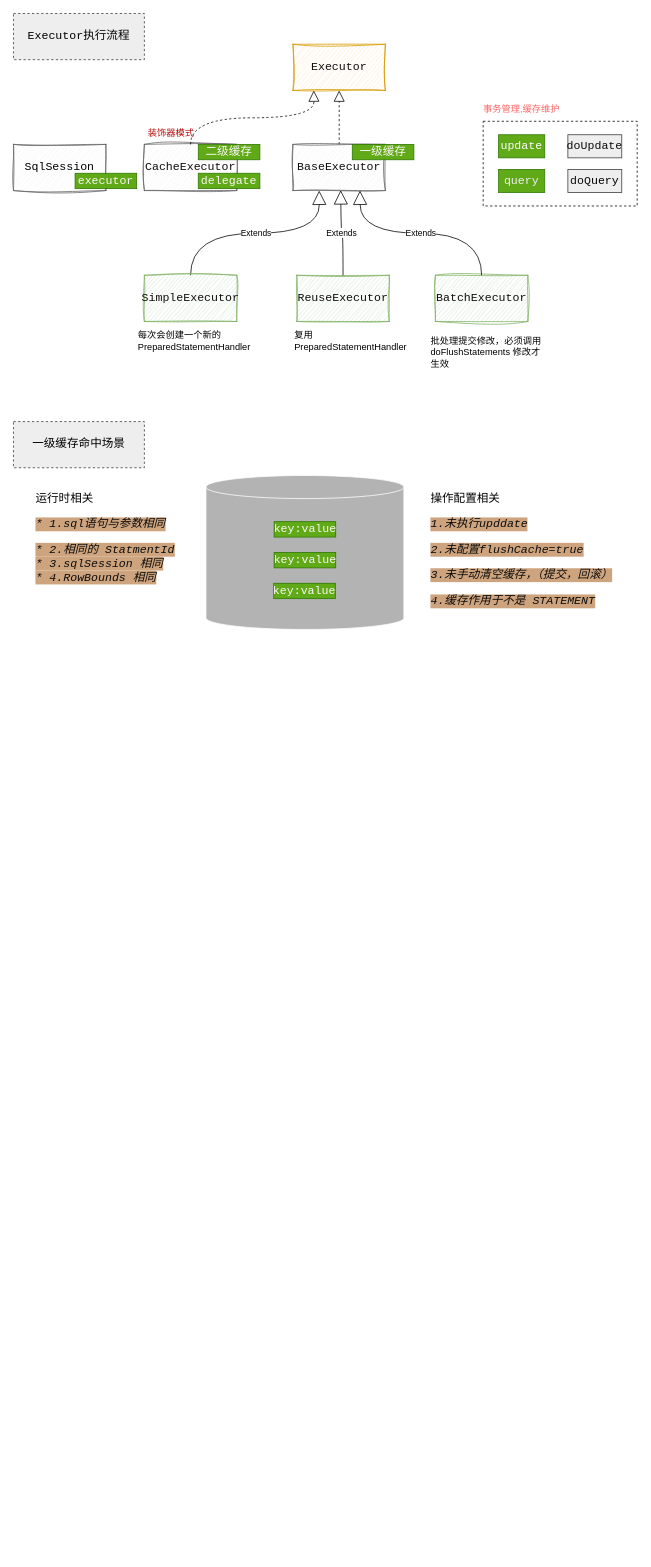
The draw.io diagram page "Blank" (1 of 2) of mybatis.drawio in nayouzhenai/java_web, before the edit. Source tidied: cells renumbered, new cells numbered last; positions are measured from the earlier drawing's top-left corner, leaving out a move shared by most shapes. Both pictures are drawn from the tidied source at 77%, with x=0, y=0 at pixel (13, 13).
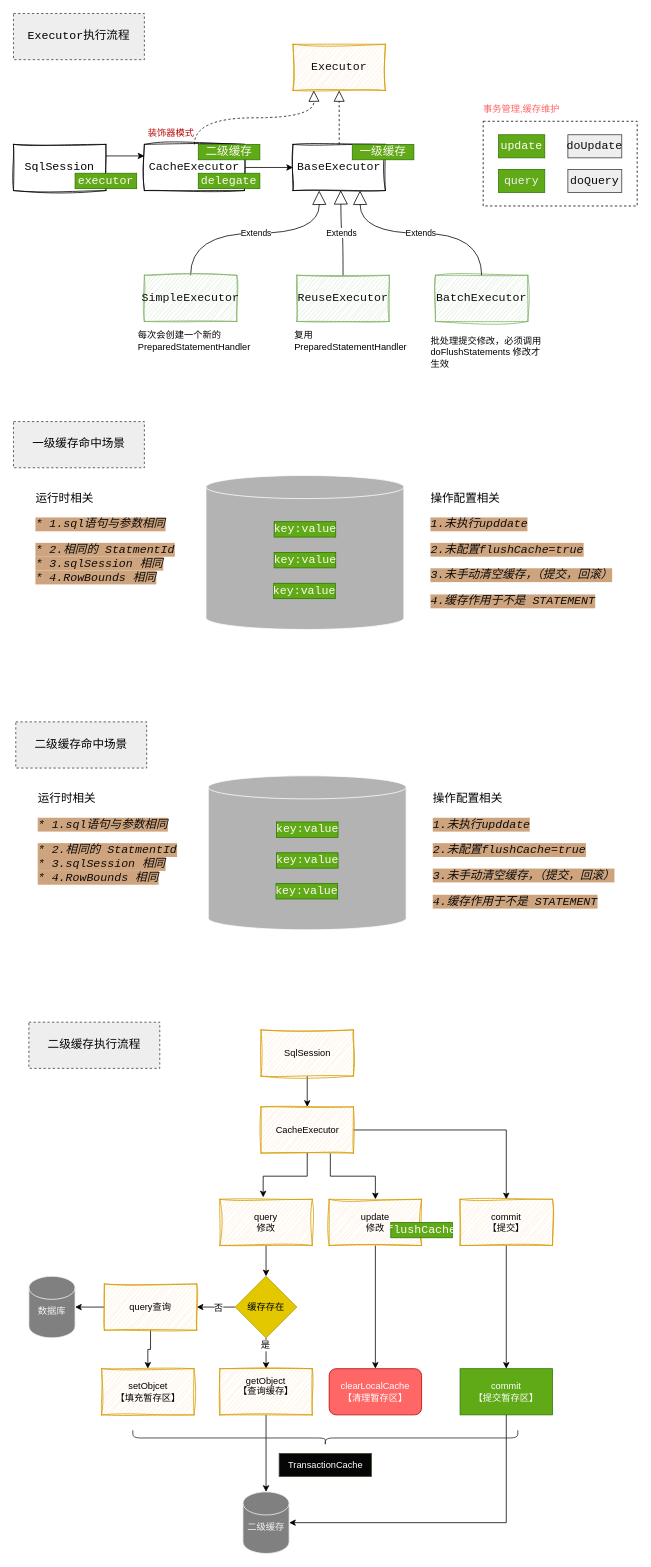
The same page after the edit.

Change to the diagram source:
```diff
@@
-    <mxCell id="5" value="&lt;pre style=&quot;font-family: &amp;quot;JetBrains Mono&amp;quot;, monospace; font-size: 11.3pt;&quot;&gt;&lt;font style=&quot;color: light-dark(rgb(17, 14, 14), rgb(43, 113, 180));&quot;&gt;BaseExecutor&lt;/font&gt;&lt;/pre&gt;" style="rounded=0;whiteSpace=wrap;html=1;sketch=1;curveFitting=1;jiggle=2;fillColor=#f5f5f5;strokeColor=#666666;fontColor=#333333;" parent="1" vertex="1">
+    <mxCell id="5" value="&lt;pre style=&quot;font-family: &amp;quot;JetBrains Mono&amp;quot;, monospace; font-size: 11.3pt;&quot;&gt;&lt;font style=&quot;color: light-dark(rgb(17, 14, 14), rgb(43, 113, 180));&quot;&gt;BaseExecutor&lt;/font&gt;&lt;/pre&gt;" style="rounded=0;whiteSpace=wrap;html=1;sketch=1;curveFitting=1;jiggle=2;" parent="1" vertex="1">
       <mxGeometry x="363" y="170" width="120" height="60" as="geometry" />
     </mxCell>
@@
+    <mxCell id="37" style="edgeStyle=orthogonalEdgeStyle;rounded=0;jettySize=auto;html=1;entryX=0;entryY=0.5;entryDx=0;entryDy=0;fontFamily=Helvetica;fontSize=12;fontColor=default;" parent="1" edge="1" source="18" target="5">
+      <mxGeometry relative="1" as="geometry" />
+    </mxCell>
-    <mxCell id="18" value="&lt;pre style=&quot;font-family: &amp;quot;JetBrains Mono&amp;quot;, monospace; font-size: 11.3pt;&quot;&gt;&lt;font style=&quot;color: light-dark(rgb(17, 14, 14), rgb(43, 113, 180));&quot;&gt;CacheExecutor&lt;/font&gt;&lt;/pre&gt;" style="rounded=0;whiteSpace=wrap;html=1;sketch=1;curveFitting=1;jiggle=2;fillColor=#f5f5f5;strokeColor=#666666;fontColor=#333333;" parent="1" vertex="1">
-      <mxGeometry x="170" y="170" width="120" height="60" as="geometry" />
+    <mxCell id="18" value="&lt;pre style=&quot;font-family: &amp;quot;JetBrains Mono&amp;quot;, monospace; font-size: 11.3pt;&quot;&gt;&lt;font style=&quot;color: light-dark(rgb(17, 14, 14), rgb(43, 113, 180));&quot;&gt;CacheExecutor&lt;/font&gt;&lt;/pre&gt;" style="rounded=0;whiteSpace=wrap;html=1;sketch=1;curveFitting=1;jiggle=2;" parent="1" vertex="1">
+      <mxGeometry x="170" y="170" width="130" height="60" as="geometry" />
     </mxCell>
@@
+    <mxCell id="38" style="edgeStyle=orthogonalEdgeStyle;rounded=0;jettySize=auto;html=1;exitX=1;exitY=0.25;exitDx=0;exitDy=0;entryX=0;entryY=0.25;entryDx=0;entryDy=0;fontFamily=Helvetica;fontSize=12;fontColor=default;" parent="1" edge="1" source="21" target="18">
+      <mxGeometry relative="1" as="geometry" />
+    </mxCell>
-    <mxCell id="21" value="&lt;pre style=&quot;font-family: &amp;quot;JetBrains Mono&amp;quot;, monospace; font-size: 11.3pt;&quot;&gt;&lt;div&gt;&lt;pre style=&quot;font-family: &amp;quot;JetBrains Mono&amp;quot;, monospace; font-size: 11.3pt;&quot;&gt;&lt;pre style=&quot;font-size: 11.3pt; font-family: &amp;quot;JetBrains Mono&amp;quot;, monospace;&quot;&gt;&lt;span&gt;&lt;font style=&quot;color: rgb(0, 0, 0);&quot;&gt;SqlSession&lt;/font&gt;&lt;/span&gt;&lt;/pre&gt;&lt;/pre&gt;&lt;/div&gt;&lt;/pre&gt;" style="rounded=0;whiteSpace=wrap;html=1;sketch=1;curveFitting=1;jiggle=2;fillColor=#f5f5f5;strokeColor=#666666;fontColor=#333333;" parent="1" vertex="1">
+    <mxCell id="21" value="&lt;pre style=&quot;font-family: &amp;quot;JetBrains Mono&amp;quot;, monospace; font-size: 11.3pt;&quot;&gt;&lt;div&gt;&lt;pre style=&quot;font-family: &amp;quot;JetBrains Mono&amp;quot;, monospace; font-size: 11.3pt;&quot;&gt;&lt;pre style=&quot;font-size: 11.3pt; font-family: &amp;quot;JetBrains Mono&amp;quot;, monospace;&quot;&gt;&lt;span&gt;&lt;font style=&quot;color: rgb(0, 0, 0);&quot;&gt;SqlSession&lt;/font&gt;&lt;/span&gt;&lt;/pre&gt;&lt;/pre&gt;&lt;/div&gt;&lt;/pre&gt;" style="rounded=0;whiteSpace=wrap;html=1;sketch=1;curveFitting=1;jiggle=2;" parent="1" vertex="1">
       <mxGeometry y="170" width="120" height="60" as="geometry" />
     </mxCell>
@@
+    <mxCell id="39" value="&lt;pre style=&quot;font-family: &amp;quot;JetBrains Mono&amp;quot;, monospace; font-size: 11.3pt;&quot;&gt;二级缓存命中场景&lt;/pre&gt;" style="text;html=1;align=center;verticalAlign=middle;whiteSpace=wrap;rounded=0;strokeColor=#36393d;dashed=1;fillColor=#eeeeee;" parent="1" vertex="1">
+      <mxGeometry x="3" y="920" width="170" height="60" as="geometry" />
+    </mxCell>
+    <mxCell id="40" value="&lt;pre style=&quot;font-family: &amp;quot;JetBrains Mono&amp;quot;, monospace; font-size: 11.3pt;&quot;&gt;运行时相关&lt;/pre&gt;&lt;pre style=&quot;font-family: &amp;quot;JetBrains Mono&amp;quot;, monospace; font-size: 11.3pt;&quot;&gt;&lt;span style=&quot;font-style: italic; color: light-dark(rgb(13, 12, 12), rgb(73, 74, 79)); background-color: light-dark(rgb(205, 164, 126), rgb(237, 237, 237)); font-size: 11.3pt; white-space: normal;&quot;&gt;* 1.sql语句与参数相同&lt;/span&gt;&lt;/pre&gt;&lt;pre style=&quot;font-family: &amp;quot;JetBrains Mono&amp;quot;, monospace; font-size: 11.3pt;&quot;&gt;&lt;span style=&quot;background-color: light-dark(rgb(205, 164, 126), rgb(237, 237, 237));&quot;&gt;&lt;font style=&quot;color: light-dark(rgb(13, 12, 12), rgb(73, 74, 79));&quot;&gt;&lt;span style=&quot;font-style: italic;&quot;&gt;* 2.&lt;/span&gt;&lt;span style=&quot;font-style: italic; font-family: &amp;quot;Courier New&amp;quot;, monospace;&quot;&gt;相同的 &lt;/span&gt;&lt;span style=&quot;font-style: italic;&quot;&gt;StatmentId&lt;br&gt;&lt;/span&gt;&lt;span style=&quot;font-style: italic;&quot;&gt;* 3.sqlSession &lt;/span&gt;&lt;span style=&quot;font-style: italic; font-family: &amp;quot;Courier New&amp;quot;, monospace;&quot;&gt;相同&lt;br&gt;&lt;/span&gt;&lt;span style=&quot;font-style: italic;&quot;&gt;* 4.RowBounds &lt;/span&gt;&lt;span style=&quot;font-style: italic; font-family: &amp;quot;Courier New&amp;quot;, monospace;&quot;&gt;相同&lt;/span&gt;&lt;/font&gt;&lt;/span&gt;&lt;/pre&gt;" style="text;whiteSpace=wrap;html=1;" parent="1" vertex="1">
+      <mxGeometry x="29.5" y="990" width="205" height="170" as="geometry" />
+    </mxCell>
+    <mxCell id="41" style="group;" parent="1" vertex="1">
+      <mxGeometry x="253" y="990" width="257" height="200" as="geometry" />
+    </mxCell>
+    <mxCell id="42" style="shape=cylinder3;whiteSpace=wrap;html=1;boundedLbl=1;backgroundOutline=1;size=15;fillColor=#B3B3B3;strokeColor=#FFFFFF;fontColor=#ffffff;" parent="41" vertex="1">
+      <mxGeometry width="257" height="200" as="geometry" />
+    </mxCell>
+    <mxCell id="43" value="&lt;pre style=&quot;font-family: &amp;quot;JetBrains Mono&amp;quot;, monospace; font-size: 11.3pt;&quot;&gt;&lt;pre style=&quot;font-family: &amp;quot;JetBrains Mono&amp;quot;, monospace; font-size: 11.3pt;&quot;&gt;&lt;font color=&quot;#fdf7f7&quot;&gt;key:value&lt;/font&gt;&lt;/pre&gt;&lt;/pre&gt;" style="rounded=0;whiteSpace=wrap;html=1;fillColor=#60a917;strokeColor=#2D7600;fontColor=#ffffff;" parent="41" vertex="1">
+      <mxGeometry x="88.5" y="60" width="80" height="20" as="geometry" />
+    </mxCell>
+    <mxCell id="44" value="&lt;pre style=&quot;font-family: &amp;quot;JetBrains Mono&amp;quot;, monospace; font-size: 11.3pt;&quot;&gt;&lt;pre style=&quot;font-family: &amp;quot;JetBrains Mono&amp;quot;, monospace; font-size: 11.3pt;&quot;&gt;&lt;font color=&quot;#fdf7f7&quot;&gt;key:value&lt;/font&gt;&lt;/pre&gt;&lt;/pre&gt;" style="rounded=0;whiteSpace=wrap;html=1;fillColor=#60a917;strokeColor=#2D7600;fontColor=#ffffff;" parent="41" vertex="1">
+      <mxGeometry x="88.5" y="100" width="80" height="20" as="geometry" />
+    </mxCell>
+    <mxCell id="45" value="&lt;pre style=&quot;font-family: &amp;quot;JetBrains Mono&amp;quot;, monospace; font-size: 11.3pt;&quot;&gt;&lt;pre style=&quot;font-family: &amp;quot;JetBrains Mono&amp;quot;, monospace; font-size: 11.3pt;&quot;&gt;&lt;font color=&quot;#fdf7f7&quot;&gt;key:value&lt;/font&gt;&lt;/pre&gt;&lt;/pre&gt;" style="rounded=0;whiteSpace=wrap;html=1;fillColor=#60a917;strokeColor=#2D7600;fontColor=#ffffff;" parent="41" vertex="1">
+      <mxGeometry x="88" y="140" width="80" height="20" as="geometry" />
+    </mxCell>
+    <mxCell id="46" value="&lt;pre style=&quot;font-family: &amp;quot;JetBrains Mono&amp;quot;, monospace; font-size: 11.3pt;&quot;&gt;操作配置相关&lt;/pre&gt;&lt;pre style=&quot;font-family: &amp;quot;JetBrains Mono&amp;quot;, monospace; font-size: 11.3pt;&quot;&gt;&lt;span style=&quot;font-style: italic; color: light-dark(rgb(13, 12, 12), rgb(73, 74, 79)); background-color: light-dark(rgb(205, 164, 126), rgb(237, 237, 237)); font-size: 11.3pt; white-space: normal;&quot;&gt;1.未执行upddate&lt;/span&gt;&lt;/pre&gt;&lt;pre style=&quot;font-family: &amp;quot;JetBrains Mono&amp;quot;, monospace; font-size: 11.3pt;&quot;&gt;&lt;span style=&quot;font-style: italic; color: light-dark(rgb(13, 12, 12), rgb(73, 74, 79)); background-color: light-dark(rgb(205, 164, 126), rgb(237, 237, 237)); font-size: 11.3pt; white-space: normal;&quot;&gt;2.未配置flushCache=true&lt;/span&gt;&lt;/pre&gt;&lt;pre style=&quot;font-family: &amp;quot;JetBrains Mono&amp;quot;, monospace; font-size: 11.3pt;&quot;&gt;&lt;span style=&quot;font-style: italic; color: light-dark(rgb(13, 12, 12), rgb(73, 74, 79)); background-color: light-dark(rgb(205, 164, 126), rgb(237, 237, 237)); font-size: 11.3pt; white-space: normal;&quot;&gt;3.未手动清空缓存，（提交，回滚）&lt;/span&gt;&lt;/pre&gt;&lt;pre style=&quot;font-family: &amp;quot;JetBrains Mono&amp;quot;, monospace; font-size: 11.3pt;&quot;&gt;&lt;span style=&quot;font-style: italic; color: light-dark(rgb(13, 12, 12), rgb(73, 74, 79)); background-color: light-dark(rgb(205, 164, 126), rgb(237, 237, 237)); font-size: 11.3pt; white-space: normal;&quot;&gt;4.缓存作用于不是 STATEMENT&lt;/span&gt;&lt;/pre&gt;" style="text;whiteSpace=wrap;html=1;" parent="1" vertex="1">
+      <mxGeometry x="543" y="990" width="260" height="210" as="geometry" />
+    </mxCell>
+    <mxCell id="47" value="&lt;pre style=&quot;font-family: &amp;quot;JetBrains Mono&amp;quot;, monospace; font-size: 11.3pt;&quot;&gt;二级缓存执行流程&lt;/pre&gt;" style="text;html=1;align=center;verticalAlign=middle;whiteSpace=wrap;rounded=0;strokeColor=#36393d;dashed=1;fillColor=#eeeeee;" parent="1" vertex="1">
+      <mxGeometry x="20" y="1310" width="170" height="60" as="geometry" />
+    </mxCell>
+    <mxCell id="48" style="edgeStyle=orthogonalEdgeStyle;rounded=0;jettySize=auto;html=1;exitX=0.5;exitY=1;exitDx=0;exitDy=0;fontFamily=Helvetica;fontSize=12;fontColor=default;" parent="1" edge="1" source="49" target="52">
+      <mxGeometry relative="1" as="geometry" />
+    </mxCell>
+    <mxCell id="49" value="SqlSession" style="rounded=0;whiteSpace=wrap;html=1;sketch=1;jiggle=2;curveFitting=1;strokeColor=#d79b00;align=center;verticalAlign=middle;fontFamily=Helvetica;fontSize=12;fontColor=default;fillColor=#ffe6cc;" parent="1" vertex="1">
+      <mxGeometry x="321.5" y="1320" width="120" height="60" as="geometry" />
+    </mxCell>
+    <mxCell id="50" style="edgeStyle=orthogonalEdgeStyle;rounded=0;jettySize=auto;html=1;exitX=0.75;exitY=1;exitDx=0;exitDy=0;fontFamily=Helvetica;fontSize=12;fontColor=default;" parent="1" edge="1" source="52" target="70">
+      <mxGeometry relative="1" as="geometry" />
+    </mxCell>
+    <mxCell id="51" style="edgeStyle=orthogonalEdgeStyle;rounded=0;jettySize=auto;html=1;exitX=1;exitY=0.5;exitDx=0;exitDy=0;entryX=0.5;entryY=0;entryDx=0;entryDy=0;fontFamily=Helvetica;fontSize=12;fontColor=default;" parent="1" edge="1" source="52" target="74">
+      <mxGeometry relative="1" as="geometry" />
+    </mxCell>
+    <mxCell id="52" value="CacheExecutor" style="rounded=0;whiteSpace=wrap;html=1;sketch=1;jiggle=2;curveFitting=1;strokeColor=#d79b00;align=center;verticalAlign=middle;fontFamily=Helvetica;fontSize=12;fontColor=default;fillColor=#ffe6cc;" parent="1" vertex="1">
+      <mxGeometry x="321.5" y="1420" width="120" height="60" as="geometry" />
+    </mxCell>
+    <mxCell id="53" style="edgeStyle=orthogonalEdgeStyle;rounded=0;jettySize=auto;html=1;fontFamily=Helvetica;fontSize=12;fontColor=default;" parent="1" edge="1" source="57" target="61">
+      <mxGeometry relative="1" as="geometry" />
+    </mxCell>
+    <mxCell id="54" value="是" style="edgeLabel;html=1;align=center;verticalAlign=middle;rounded=0;sketch=1;jiggle=2;curveFitting=1;strokeColor=#d79b00;fontFamily=Helvetica;fontSize=12;fontColor=default;fillColor=#ffe6cc;" parent="53" vertex="1">
+      <mxGeometry x="-0.53" y="-2" relative="1" as="geometry" />
+    </mxCell>
+    <mxCell id="55" style="edgeStyle=orthogonalEdgeStyle;rounded=0;jettySize=auto;html=1;exitX=0;exitY=0.5;exitDx=0;exitDy=0;entryX=1;entryY=0.5;entryDx=0;entryDy=0;fontFamily=Helvetica;fontSize=12;fontColor=default;" parent="1" edge="1" source="57" target="64">
+      <mxGeometry relative="1" as="geometry" />
+    </mxCell>
+    <mxCell id="56" value="否" style="edgeLabel;html=1;align=center;verticalAlign=middle;rounded=0;sketch=1;jiggle=2;curveFitting=1;strokeColor=#d79b00;fontFamily=Helvetica;fontSize=12;fontColor=default;fillColor=#ffe6cc;" parent="55" vertex="1">
+      <mxGeometry x="-0.1" relative="1" as="geometry" />
+    </mxCell>
+    <mxCell id="57" value="缓存存在" style="rhombus;whiteSpace=wrap;html=1;rounded=0;strokeColor=#B09500;align=center;verticalAlign=middle;fontFamily=Helvetica;fontSize=12;fontColor=#000000;fillColor=#e3c800;" parent="1" vertex="1">
+      <mxGeometry x="288" y="1640" width="80" height="80" as="geometry" />
+    </mxCell>
+    <mxCell id="58" style="edgeStyle=orthogonalEdgeStyle;rounded=0;jettySize=auto;html=1;exitX=0.5;exitY=1;exitDx=0;exitDy=0;fontFamily=Helvetica;fontSize=12;fontColor=default;" parent="1" edge="1" source="59" target="57">
+      <mxGeometry relative="1" as="geometry" />
+    </mxCell>
+    <mxCell id="59" value="query&lt;div&gt;修改&lt;/div&gt;" style="rounded=0;whiteSpace=wrap;html=1;sketch=1;jiggle=2;curveFitting=1;strokeColor=#d79b00;align=center;verticalAlign=middle;fontFamily=Helvetica;fontSize=12;fontColor=default;fillColor=#ffe6cc;" parent="1" vertex="1">
+      <mxGeometry x="268" y="1540" width="120" height="60" as="geometry" />
+    </mxCell>
+    <mxCell id="60" style="edgeStyle=orthogonalEdgeStyle;rounded=0;jettySize=auto;html=1;exitX=0.5;exitY=1;exitDx=0;exitDy=0;fontFamily=Helvetica;fontSize=12;fontColor=default;" parent="1" edge="1" source="61" target="66">
+      <mxGeometry relative="1" as="geometry" />
+    </mxCell>
+    <mxCell id="61" value="getObject&lt;div&gt;&lt;span style=&quot;background-color: transparent; color: light-dark(rgb(0, 0, 0), rgb(255, 255, 255));&quot;&gt;【查询缓存】&lt;/span&gt;&lt;div&gt;&lt;div&gt;&lt;br&gt;&lt;/div&gt;&lt;/div&gt;&lt;/div&gt;" style="rounded=0;whiteSpace=wrap;html=1;fillColor=#ffe6cc;strokeColor=#d79b00;sketch=1;jiggle=2;curveFitting=1;align=center;" parent="1" vertex="1">
+      <mxGeometry x="268" y="1760" width="120" height="60" as="geometry" />
+    </mxCell>
+    <mxCell id="62" style="edgeStyle=orthogonalEdgeStyle;rounded=0;jettySize=auto;html=1;fontFamily=Helvetica;fontSize=12;fontColor=default;" parent="1" edge="1" source="64" target="65">
+      <mxGeometry relative="1" as="geometry" />
+    </mxCell>
+    <mxCell id="63" style="edgeStyle=orthogonalEdgeStyle;rounded=0;jettySize=auto;html=1;exitX=0;exitY=0.5;exitDx=0;exitDy=0;fontFamily=Helvetica;fontSize=12;fontColor=default;" parent="1" edge="1" source="64">
+      <mxGeometry relative="1" as="geometry">
+        <mxPoint x="80" y="1680" as="targetPoint" />
+      </mxGeometry>
+    </mxCell>
+    <mxCell id="64" value="query查询" style="rounded=0;whiteSpace=wrap;html=1;sketch=1;jiggle=2;curveFitting=1;strokeColor=#d79b00;align=center;verticalAlign=middle;fontFamily=Helvetica;fontSize=12;fontColor=default;fillColor=#ffe6cc;" parent="1" vertex="1">
+      <mxGeometry x="118" y="1650" width="120" height="60" as="geometry" />
+    </mxCell>
+    <mxCell id="65" value="setObjcet&lt;div&gt;【填充暂存区】&lt;/div&gt;" style="rounded=0;whiteSpace=wrap;html=1;fillColor=#ffe6cc;strokeColor=#d79b00;sketch=1;jiggle=2;curveFitting=1;" parent="1" vertex="1">
+      <mxGeometry x="114.5" y="1760" width="120" height="60" as="geometry" />
+    </mxCell>
+    <mxCell id="66" value="&lt;font style=&quot;color: light-dark(rgb(248, 242, 242), rgb(237, 237, 237));&quot;&gt;二级缓存&lt;/font&gt;&lt;div&gt;&lt;font style=&quot;color: light-dark(rgb(248, 242, 242), rgb(237, 237, 237));&quot;&gt;&lt;br&gt;&lt;/font&gt;&lt;/div&gt;" style="shape=cylinder3;whiteSpace=wrap;html=1;boundedLbl=1;backgroundOutline=1;size=15;rounded=0;align=center;verticalAlign=middle;fontFamily=Helvetica;fontSize=12;fillColor=light-dark(#808080,#203A00);strokeColor=light-dark(#f3f5f7, #babdc0);" parent="1" vertex="1">
+      <mxGeometry x="298" y="1920" width="60" height="80" as="geometry" />
+    </mxCell>
+    <mxCell id="67" style="edgeStyle=orthogonalEdgeStyle;rounded=0;jettySize=auto;html=1;exitX=0.5;exitY=1;exitDx=0;exitDy=0;entryX=0.469;entryY=-0.042;entryDx=0;entryDy=0;entryPerimeter=0;fontFamily=Helvetica;fontSize=12;fontColor=default;" parent="1" edge="1" source="52" target="59">
+      <mxGeometry relative="1" as="geometry" />
+    </mxCell>
+    <mxCell id="68" value="&lt;font style=&quot;color: light-dark(rgb(248, 242, 242), rgb(237, 237, 237));&quot;&gt;数据库&lt;/font&gt;&lt;div&gt;&lt;font style=&quot;color: light-dark(rgb(248, 242, 242), rgb(237, 237, 237));&quot;&gt;&lt;br&gt;&lt;/font&gt;&lt;/div&gt;" style="shape=cylinder3;whiteSpace=wrap;html=1;boundedLbl=1;backgroundOutline=1;size=15;rounded=0;align=center;verticalAlign=middle;fontFamily=Helvetica;fontSize=12;fillColor=light-dark(#808080,#203A00);strokeColor=light-dark(#f3f5f7, #babdc0);" parent="1" vertex="1">
+      <mxGeometry x="20" y="1640" width="60" height="80" as="geometry" />
+    </mxCell>
+    <mxCell id="69" style="edgeStyle=orthogonalEdgeStyle;rounded=0;jettySize=auto;html=1;fontFamily=Helvetica;fontSize=12;fontColor=default;" parent="1" edge="1" source="70" target="71">
+      <mxGeometry relative="1" as="geometry" />
+    </mxCell>
+    <mxCell id="70" value="update&lt;div&gt;修改&lt;/div&gt;" style="rounded=0;whiteSpace=wrap;html=1;sketch=1;jiggle=2;curveFitting=1;strokeColor=#d79b00;align=center;verticalAlign=middle;fontFamily=Helvetica;fontSize=12;fontColor=default;fillColor=#ffe6cc;" parent="1" vertex="1">
+      <mxGeometry x="410" y="1540" width="120" height="60" as="geometry" />
+    </mxCell>
+    <mxCell id="71" value="clearLocalCache&lt;div&gt;【清理暂存区】&lt;/div&gt;" style="rounded=1;whiteSpace=wrap;html=1;strokeColor=#B20000;align=center;verticalAlign=middle;fontFamily=Helvetica;fontSize=12;fillColor=light-dark(#FF6666,#FF9281);fontColor=#ffffff;" parent="1" vertex="1">
+      <mxGeometry x="410" y="1760" width="120" height="60" as="geometry" />
+    </mxCell>
+    <mxCell id="72" value="&lt;pre style=&quot;font-family: &amp;quot;JetBrains Mono&amp;quot;, monospace; font-size: 11.3pt;&quot;&gt;&lt;pre style=&quot;font-family: &amp;quot;JetBrains Mono&amp;quot;, monospace; font-size: 11.3pt;&quot;&gt;&lt;font color=&quot;#fdf7f7&quot;&gt;flushCache&lt;/font&gt;&lt;/pre&gt;&lt;/pre&gt;" style="rounded=0;whiteSpace=wrap;html=1;fillColor=#60a917;strokeColor=#2D7600;fontColor=#ffffff;" parent="1" vertex="1">
+      <mxGeometry x="490" y="1570" width="80" height="20" as="geometry" />
+    </mxCell>
+    <mxCell id="73" style="edgeStyle=orthogonalEdgeStyle;rounded=0;jettySize=auto;html=1;exitX=0.5;exitY=1;exitDx=0;exitDy=0;entryX=0.5;entryY=0;entryDx=0;entryDy=0;fontFamily=Helvetica;fontSize=12;fontColor=default;" parent="1" edge="1" source="74" target="75">
+      <mxGeometry relative="1" as="geometry" />
+    </mxCell>
+    <mxCell id="74" value="commit&lt;div&gt;【提交】&lt;/div&gt;" style="rounded=0;whiteSpace=wrap;html=1;sketch=1;jiggle=2;curveFitting=1;strokeColor=#d79b00;align=center;verticalAlign=middle;fontFamily=Helvetica;fontSize=12;fontColor=default;fillColor=#ffe6cc;" parent="1" vertex="1">
+      <mxGeometry x="580" y="1540" width="120" height="60" as="geometry" />
+    </mxCell>
+    <mxCell id="75" value="commit&lt;br&gt;【提交暂存区】" style="rounded=0;fillColor=#60a917;strokeColor=#2D7600;fontColor=#ffffff;whiteSpace=wrap;html=1;" parent="1" vertex="1">
+      <mxGeometry x="580" y="1760" width="120" height="60" as="geometry" />
+    </mxCell>
+    <mxCell id="76" style="edgeStyle=orthogonalEdgeStyle;rounded=0;jettySize=auto;html=1;exitX=0.5;exitY=1;exitDx=0;exitDy=0;entryX=1;entryY=0.5;entryDx=0;entryDy=0;entryPerimeter=0;fontFamily=Helvetica;fontSize=12;fontColor=default;" parent="1" edge="1" source="75" target="66">
+      <mxGeometry relative="1" as="geometry" />
+    </mxCell>
+    <mxCell id="77" style="shape=curlyBracket;whiteSpace=wrap;html=1;rounded=1;flipH=1;labelPosition=right;verticalLabelPosition=middle;align=left;verticalAlign=middle;strokeColor=light-dark(#272626, #996500);fontFamily=Helvetica;fontSize=12;fontColor=default;fillColor=#ffe6cc;rotation=90;" parent="1" vertex="1">
+      <mxGeometry x="395" y="1600" width="20" height="500" as="geometry" />
+    </mxCell>
+    <mxCell id="78" value="TransactionCache" style="text;html=1;align=center;verticalAlign=middle;strokeColor=#3A5431;fillColor=light-dark(#050605, #718769);fontFamily=Helvetica;fontSize=12;fontColor=#ffffff;" parent="1" vertex="1">
+      <mxGeometry x="345" y="1870" width="120" height="30" as="geometry" />
+    </mxCell>
```
